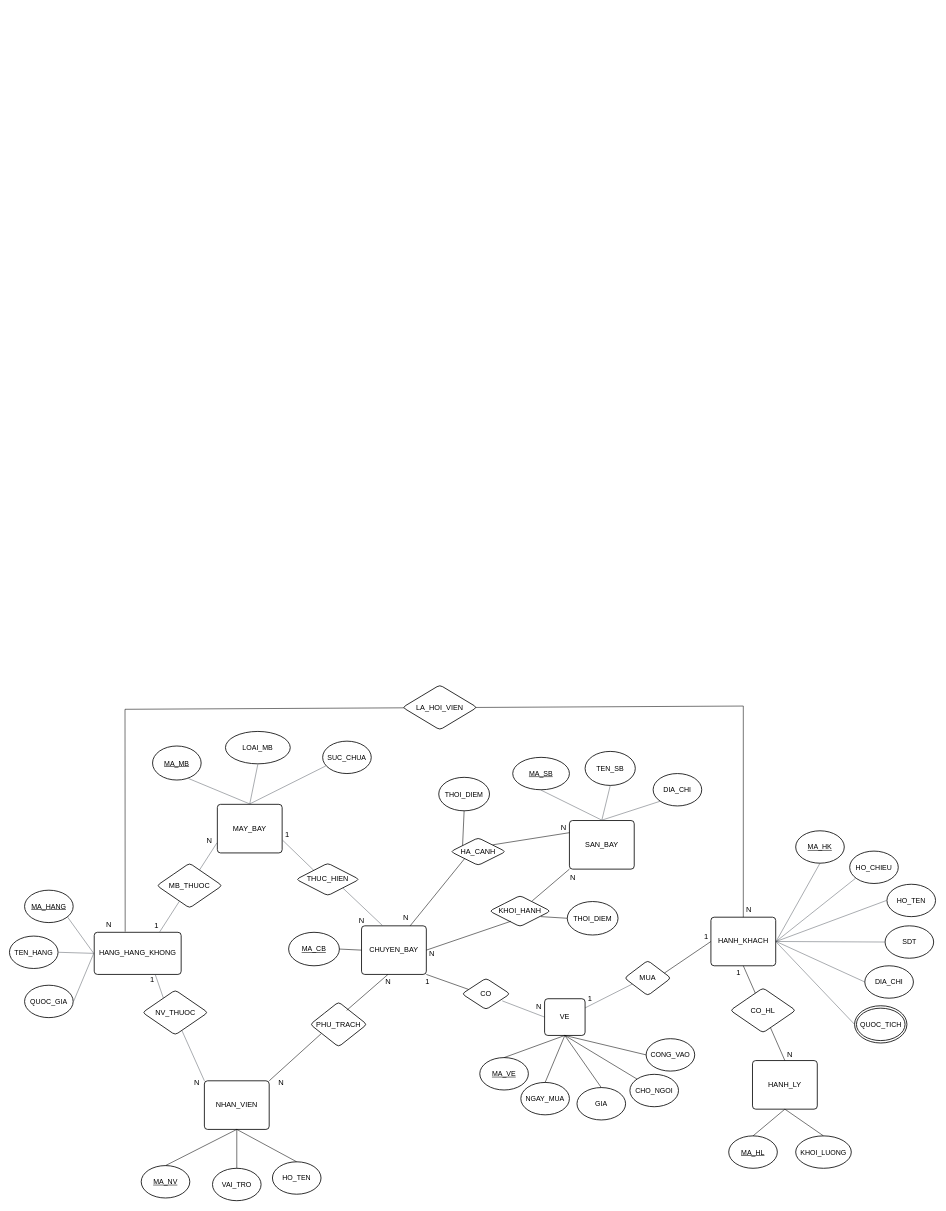
minhduong05/blackjack-main keeps this draw.io diagram as Biểu đồ không có tiêu đề.drawio. Above is the earlier version. Source tidied: cells renumbered, new cells numbered last; positions are measured from the earlier drawing's top-left corner, leaving out a move shared by most shapes. Both pictures are drawn from the tidied source at 54%, with x=0, y=0 at pixel (9, 685).
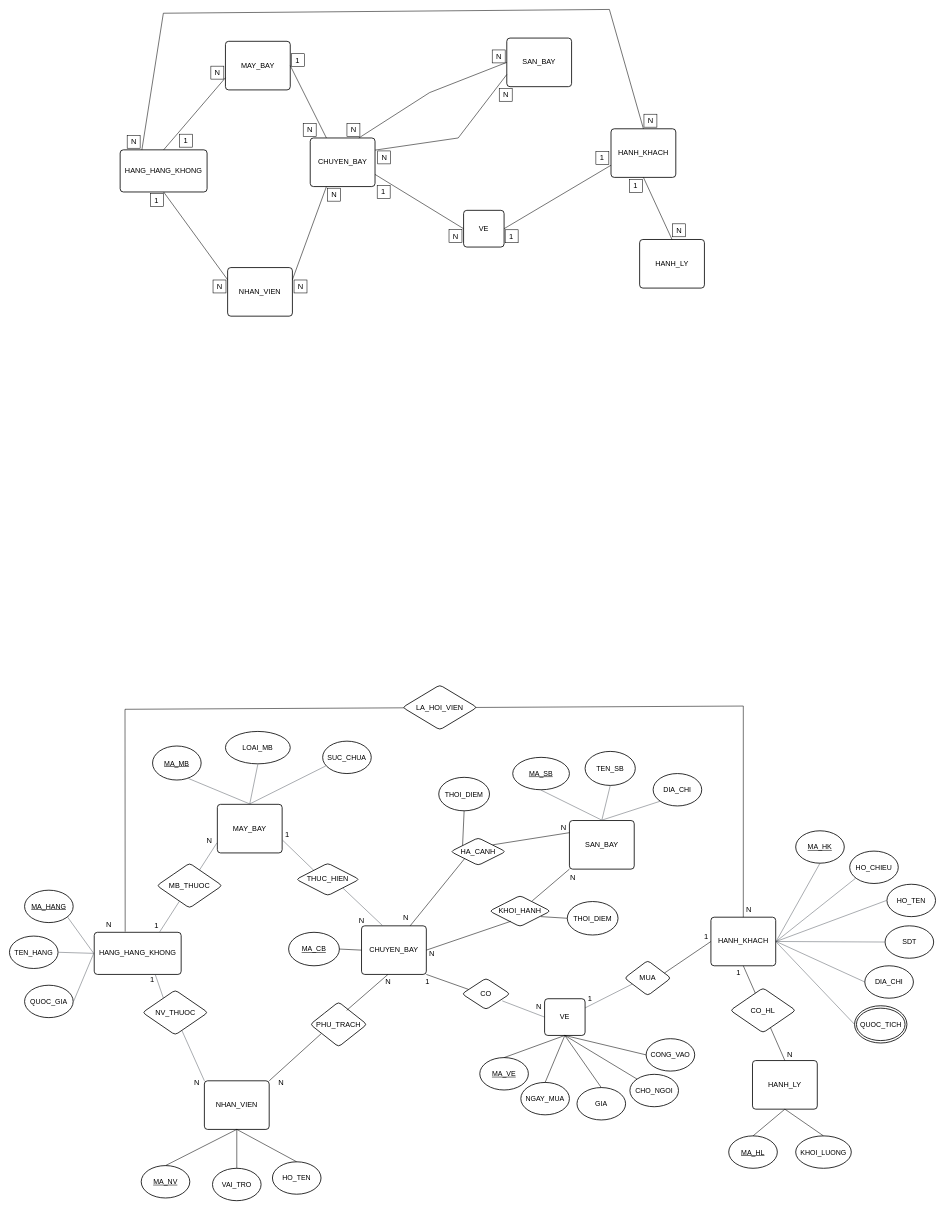
Above is the later version.

The edit, as a diff of the source:
```diff
@@
+    <mxCell id="115" value="HANG_HANG_KHONG" style="html=1;overflow=block;blockSpacing=1;whiteSpace=wrap;fontSize=13.5;align=center;spacing=3.8;strokeOpacity=100;rounded=1;absoluteArcSize=1;arcSize=12;strokeWidth=1.5;lucidId=9svWkZf7cL0-;" parent="1" vertex="1">
+      <mxGeometry x="205" y="-991" width="161" height="78" as="geometry" />
+    </mxCell>
+    <mxCell id="116" value="SAN_BAY" style="html=1;overflow=block;blockSpacing=1;whiteSpace=wrap;fontSize=13.5;align=center;spacing=3.8;strokeOpacity=100;rounded=1;absoluteArcSize=1;arcSize=12;strokeWidth=1.5;lucidId=CtvWD63XoL.8;" parent="1" vertex="1">
+      <mxGeometry x="921" y="-1198" width="120" height="90" as="geometry" />
+    </mxCell>
+    <mxCell id="117" value="MAY_BAY" style="html=1;overflow=block;blockSpacing=1;whiteSpace=wrap;fontSize=13.5;align=center;spacing=3.8;strokeOpacity=100;rounded=1;absoluteArcSize=1;arcSize=12;strokeWidth=1.5;lucidId=CtvWr4GmiG.C;" parent="1" vertex="1">
+      <mxGeometry x="400" y="-1192" width="120" height="90" as="geometry" />
+    </mxCell>
+    <mxCell id="118" value="CHUYEN_BAY" style="html=1;overflow=block;blockSpacing=1;whiteSpace=wrap;fontSize=13.5;align=center;spacing=3.8;strokeOpacity=100;rounded=1;absoluteArcSize=1;arcSize=12;strokeWidth=1.5;lucidId=DtvW1URH.PFn;" parent="1" vertex="1">
+      <mxGeometry x="557" y="-1013" width="120" height="90" as="geometry" />
+    </mxCell>
+    <mxCell id="119" value="HANH_KHACH" style="html=1;overflow=block;blockSpacing=1;whiteSpace=wrap;fontSize=13.5;align=center;spacing=3.8;strokeOpacity=100;rounded=1;absoluteArcSize=1;arcSize=12;strokeWidth=1.5;lucidId=DtvWl9U9GV3O;" parent="1" vertex="1">
+      <mxGeometry x="1114" y="-1030" width="120" height="90" as="geometry" />
+    </mxCell>
+    <mxCell id="120" value="NHAN_VIEN" style="html=1;overflow=block;blockSpacing=1;whiteSpace=wrap;fontSize=13.5;align=center;spacing=3.8;strokeOpacity=100;rounded=1;absoluteArcSize=1;arcSize=12;strokeWidth=1.5;lucidId=7vvWGEazpDww;" parent="1" vertex="1">
+      <mxGeometry x="404" y="-773" width="120" height="90" as="geometry" />
+    </mxCell>
+    <mxCell id="121" value="VE" style="html=1;overflow=block;blockSpacing=1;whiteSpace=wrap;fontSize=13.5;align=center;spacing=3.8;strokeOpacity=100;rounded=1;absoluteArcSize=1;arcSize=12;strokeWidth=1.5;lucidId=kwvW2yrk8fg5;" parent="1" vertex="1">
+      <mxGeometry x="841" y="-879" width="75" height="68" as="geometry" />
+    </mxCell>
+    <mxCell id="122" value="HANH_LY" style="html=1;overflow=block;blockSpacing=1;whiteSpace=wrap;fontSize=13.5;align=center;spacing=3.8;strokeOpacity=100;rounded=1;absoluteArcSize=1;arcSize=12;strokeWidth=1.5;lucidId=DtvWl9U9GV3O;" parent="1" vertex="1">
+      <mxGeometry x="1167" y="-825" width="120" height="90" as="geometry" />
+    </mxCell>
+    <mxCell id="123" style="endArrow=none;html=1;rounded=0;exitX=0.5;exitY=1;exitDx=0;exitDy=0;entryX=0;entryY=0.25;entryDx=0;entryDy=0;" parent="1" edge="1" source="115" target="120">
+      <mxGeometry relative="1" as="geometry" />
+    </mxCell>
+    <mxCell id="124" style="endArrow=none;html=1;rounded=0;entryX=0;entryY=0.75;entryDx=0;entryDy=0;exitX=0.5;exitY=0;exitDx=0;exitDy=0;" parent="1" edge="1" source="115" target="117">
+      <mxGeometry relative="1" as="geometry" />
+    </mxCell>
+    <mxCell id="125" style="endArrow=none;html=1;rounded=0;exitX=1;exitY=0.5;exitDx=0;exitDy=0;entryX=0.25;entryY=0;entryDx=0;entryDy=0;" parent="1" edge="1" source="117" target="118">
+      <mxGeometry relative="1" as="geometry" />
+    </mxCell>
+    <mxCell id="126" style="endArrow=none;html=1;rounded=0;exitX=1;exitY=0.25;exitDx=0;exitDy=0;entryX=0.25;entryY=1;entryDx=0;entryDy=0;" parent="1" edge="1" source="120" target="118">
+      <mxGeometry relative="1" as="geometry" />
+    </mxCell>
+    <mxCell id="127" style="endArrow=none;html=1;rounded=0;exitX=1;exitY=0.75;exitDx=0;exitDy=0;entryX=0;entryY=0.5;entryDx=0;entryDy=0;" parent="1" edge="1" source="118" target="121">
+      <mxGeometry relative="1" as="geometry" />
+    </mxCell>
+    <mxCell id="128" style="endArrow=none;html=1;rounded=0;entryX=0;entryY=0.75;entryDx=0;entryDy=0;exitX=1;exitY=0.5;exitDx=0;exitDy=0;" parent="1" edge="1" source="121" target="119">
+      <mxGeometry relative="1" as="geometry" />
+    </mxCell>
+    <mxCell id="129" style="endArrow=none;html=1;rounded=0;entryX=0.5;entryY=1;entryDx=0;entryDy=0;exitX=0.5;exitY=0;exitDx=0;exitDy=0;" parent="1" edge="1" source="122" target="119">
+      <mxGeometry relative="1" as="geometry" />
+    </mxCell>
+    <mxCell id="130" style="endArrow=none;html=1;rounded=0;entryX=0;entryY=0.75;entryDx=0;entryDy=0;exitX=1;exitY=0.25;exitDx=0;exitDy=0;" parent="1" edge="1" source="118" target="116">
+      <mxGeometry relative="1" as="geometry">
+        <Array as="points">
+          <mxPoint x="831" y="-1013" />
+        </Array>
+      </mxGeometry>
+    </mxCell>
+    <mxCell id="131" style="endArrow=none;html=1;rounded=0;exitX=0.75;exitY=0;exitDx=0;exitDy=0;entryX=0;entryY=0.5;entryDx=0;entryDy=0;" parent="1" edge="1" source="118" target="116">
+      <mxGeometry relative="1" as="geometry">
+        <Array as="points">
+          <mxPoint x="778" y="-1097" />
+        </Array>
+      </mxGeometry>
+    </mxCell>
+    <mxCell id="132" style="endArrow=none;html=1;rounded=0;exitX=0.25;exitY=0;exitDx=0;exitDy=0;entryX=0.5;entryY=0;entryDx=0;entryDy=0;" parent="1" edge="1" source="115" target="119">
+      <mxGeometry relative="1" as="geometry">
+        <Array as="points">
+          <mxPoint x="285" y="-1244" />
+          <mxPoint x="1111" y="-1251" />
+        </Array>
+      </mxGeometry>
+    </mxCell>
+    <mxCell id="133" style="whiteSpace=wrap;html=1;" parent="1" vertex="1">
+      <mxGeometry x="218" y="-1018" width="24" height="24" as="geometry" />
+    </mxCell>
+    <mxCell id="134" value="&lt;span style=&quot;font-size: 14px;&quot;&gt;N&lt;/span&gt;" style="text;html=1;align=center;verticalAlign=middle;strokeColor=none;fillColor=none;" parent="1" vertex="1">
+      <mxGeometry x="215" y="-1021" width="30" height="30" as="geometry" />
+    </mxCell>
+    <mxCell id="135" style="whiteSpace=wrap;html=1;" parent="1" vertex="1">
+      <mxGeometry x="1175" y="-1057" width="24" height="24" as="geometry" />
+    </mxCell>
+    <mxCell id="136" value="&lt;span style=&quot;font-size: 14px;&quot;&gt;N&lt;/span&gt;" style="text;html=1;align=center;verticalAlign=middle;strokeColor=none;fillColor=none;" parent="1" vertex="1">
+      <mxGeometry x="1172" y="-1060" width="30" height="30" as="geometry" />
+    </mxCell>
+    <mxCell id="137" style="whiteSpace=wrap;html=1;" parent="1" vertex="1">
+      <mxGeometry x="261" y="-910" width="24" height="24" as="geometry" />
+    </mxCell>
+    <mxCell id="138" value="&lt;span style=&quot;font-size: 14px;&quot;&gt;1&lt;/span&gt;" style="text;html=1;align=center;verticalAlign=middle;strokeColor=none;fillColor=none;" parent="1" vertex="1">
+      <mxGeometry x="259" y="-913" width="26" height="29" as="geometry" />
+    </mxCell>
+    <mxCell id="139" style="whiteSpace=wrap;html=1;" parent="1" vertex="1">
+      <mxGeometry x="589" y="-920" width="24" height="24" as="geometry" />
+    </mxCell>
+    <mxCell id="140" value="&lt;span style=&quot;font-size: 14px;&quot;&gt;N&lt;/span&gt;" style="text;html=1;align=center;verticalAlign=middle;strokeColor=none;fillColor=none;" parent="1" vertex="1">
+      <mxGeometry x="586" y="-923" width="30" height="30" as="geometry" />
+    </mxCell>
+    <mxCell id="141" style="whiteSpace=wrap;html=1;" parent="1" vertex="1">
+      <mxGeometry x="544" y="-1040" width="24" height="24" as="geometry" />
+    </mxCell>
+    <mxCell id="142" value="&lt;span style=&quot;font-size: 14px;&quot;&gt;N&lt;/span&gt;" style="text;html=1;align=center;verticalAlign=middle;strokeColor=none;fillColor=none;" parent="1" vertex="1">
+      <mxGeometry x="541" y="-1043" width="30" height="30" as="geometry" />
+    </mxCell>
+    <mxCell id="143" style="whiteSpace=wrap;html=1;" parent="1" vertex="1">
+      <mxGeometry x="377" y="-750" width="24" height="24" as="geometry" />
+    </mxCell>
+    <mxCell id="144" value="&lt;span style=&quot;font-size: 14px;&quot;&gt;N&lt;/span&gt;" style="text;html=1;align=center;verticalAlign=middle;strokeColor=none;fillColor=none;" parent="1" vertex="1">
+      <mxGeometry x="374" y="-753" width="30" height="30" as="geometry" />
+    </mxCell>
+    <mxCell id="145" style="whiteSpace=wrap;html=1;" parent="1" vertex="1">
+      <mxGeometry x="527" y="-750" width="24" height="24" as="geometry" />
+    </mxCell>
+    <mxCell id="146" value="&lt;span style=&quot;font-size: 14px;&quot;&gt;N&lt;/span&gt;" style="text;html=1;align=center;verticalAlign=middle;strokeColor=none;fillColor=none;" parent="1" vertex="1">
+      <mxGeometry x="524" y="-753" width="30" height="30" as="geometry" />
+    </mxCell>
+    <mxCell id="147" style="whiteSpace=wrap;html=1;" parent="1" vertex="1">
+      <mxGeometry x="1228" y="-854" width="24" height="24" as="geometry" />
+    </mxCell>
+    <mxCell id="148" value="&lt;span style=&quot;font-size: 14px;&quot;&gt;N&lt;/span&gt;" style="text;html=1;align=center;verticalAlign=middle;strokeColor=none;fillColor=none;" parent="1" vertex="1">
+      <mxGeometry x="1225" y="-857" width="30" height="30" as="geometry" />
+    </mxCell>
+    <mxCell id="149" style="whiteSpace=wrap;html=1;" parent="1" vertex="1">
+      <mxGeometry x="814" y="-843.5" width="24" height="24" as="geometry" />
+    </mxCell>
+    <mxCell id="150" value="&lt;span style=&quot;font-size: 14px;&quot;&gt;N&lt;/span&gt;" style="text;html=1;align=center;verticalAlign=middle;strokeColor=none;fillColor=none;" parent="1" vertex="1">
+      <mxGeometry x="811" y="-846.5" width="30" height="30" as="geometry" />
+    </mxCell>
+    <mxCell id="151" style="whiteSpace=wrap;html=1;" parent="1" vertex="1">
+      <mxGeometry x="373" y="-1146" width="24" height="24" as="geometry" />
+    </mxCell>
+    <mxCell id="152" value="&lt;span style=&quot;font-size: 14px;&quot;&gt;N&lt;/span&gt;" style="text;html=1;align=center;verticalAlign=middle;strokeColor=none;fillColor=none;" parent="1" vertex="1">
+      <mxGeometry x="370" y="-1149" width="30" height="30" as="geometry" />
+    </mxCell>
+    <mxCell id="153" style="whiteSpace=wrap;html=1;" parent="1" vertex="1">
+      <mxGeometry x="894" y="-1176" width="24" height="24" as="geometry" />
+    </mxCell>
+    <mxCell id="154" value="&lt;span style=&quot;font-size: 14px;&quot;&gt;N&lt;/span&gt;" style="text;html=1;align=center;verticalAlign=middle;strokeColor=none;fillColor=none;" parent="1" vertex="1">
+      <mxGeometry x="891" y="-1179" width="30" height="30" as="geometry" />
+    </mxCell>
+    <mxCell id="155" style="whiteSpace=wrap;html=1;" parent="1" vertex="1">
+      <mxGeometry x="315" y="-1020" width="24" height="24" as="geometry" />
+    </mxCell>
+    <mxCell id="156" value="&lt;span style=&quot;font-size: 14px;&quot;&gt;1&lt;/span&gt;" style="text;html=1;align=center;verticalAlign=middle;strokeColor=none;fillColor=none;" parent="1" vertex="1">
+      <mxGeometry x="313" y="-1023" width="26" height="29" as="geometry" />
+    </mxCell>
+    <mxCell id="157" style="whiteSpace=wrap;html=1;" parent="1" vertex="1">
+      <mxGeometry x="918" y="-843" width="24" height="24" as="geometry" />
+    </mxCell>
+    <mxCell id="158" value="&lt;span style=&quot;font-size: 14px;&quot;&gt;1&lt;/span&gt;" style="text;html=1;align=center;verticalAlign=middle;strokeColor=none;fillColor=none;" parent="1" vertex="1">
+      <mxGeometry x="916" y="-846" width="26" height="29" as="geometry" />
+    </mxCell>
+    <mxCell id="159" style="whiteSpace=wrap;html=1;" parent="1" vertex="1">
+      <mxGeometry x="522" y="-1169" width="24" height="24" as="geometry" />
+    </mxCell>
+    <mxCell id="160" value="&lt;span style=&quot;font-size: 14px;&quot;&gt;1&lt;/span&gt;" style="text;html=1;align=center;verticalAlign=middle;strokeColor=none;fillColor=none;" parent="1" vertex="1">
+      <mxGeometry x="520" y="-1172" width="26" height="29" as="geometry" />
+    </mxCell>
+    <mxCell id="161" style="whiteSpace=wrap;html=1;" parent="1" vertex="1">
+      <mxGeometry x="681" y="-925" width="24" height="24" as="geometry" />
+    </mxCell>
+    <mxCell id="162" value="&lt;span style=&quot;font-size: 14px;&quot;&gt;1&lt;/span&gt;" style="text;html=1;align=center;verticalAlign=middle;strokeColor=none;fillColor=none;" parent="1" vertex="1">
+      <mxGeometry x="679" y="-928" width="26" height="29" as="geometry" />
+    </mxCell>
+    <mxCell id="163" style="whiteSpace=wrap;html=1;" parent="1" vertex="1">
+      <mxGeometry x="1148" y="-936" width="24" height="24" as="geometry" />
+    </mxCell>
+    <mxCell id="164" value="&lt;span style=&quot;font-size: 14px;&quot;&gt;1&lt;/span&gt;" style="text;html=1;align=center;verticalAlign=middle;strokeColor=none;fillColor=none;" parent="1" vertex="1">
+      <mxGeometry x="1146" y="-939" width="26" height="29" as="geometry" />
+    </mxCell>
+    <mxCell id="165" style="whiteSpace=wrap;html=1;" parent="1" vertex="1">
+      <mxGeometry x="1086" y="-988" width="24" height="24" as="geometry" />
+    </mxCell>
+    <mxCell id="166" value="&lt;span style=&quot;font-size: 14px;&quot;&gt;1&lt;/span&gt;" style="text;html=1;align=center;verticalAlign=middle;strokeColor=none;fillColor=none;" parent="1" vertex="1">
+      <mxGeometry x="1084" y="-991" width="26" height="29" as="geometry" />
+    </mxCell>
+    <mxCell id="167" style="whiteSpace=wrap;html=1;" parent="1" vertex="1">
+      <mxGeometry x="907" y="-1105" width="24" height="24" as="geometry" />
+    </mxCell>
+    <mxCell id="168" value="&lt;span style=&quot;font-size: 14px;&quot;&gt;N&lt;/span&gt;" style="text;html=1;align=center;verticalAlign=middle;strokeColor=none;fillColor=none;" parent="1" vertex="1">
+      <mxGeometry x="904" y="-1108" width="30" height="30" as="geometry" />
+    </mxCell>
+    <mxCell id="169" style="whiteSpace=wrap;html=1;" parent="1" vertex="1">
+      <mxGeometry x="682" y="-989" width="24" height="24" as="geometry" />
+    </mxCell>
+    <mxCell id="170" value="&lt;span style=&quot;font-size: 14px;&quot;&gt;N&lt;/span&gt;" style="text;html=1;align=center;verticalAlign=middle;strokeColor=none;fillColor=none;" parent="1" vertex="1">
+      <mxGeometry x="679" y="-992" width="30" height="30" as="geometry" />
+    </mxCell>
+    <mxCell id="171" style="whiteSpace=wrap;html=1;" parent="1" vertex="1">
+      <mxGeometry x="625" y="-1040" width="24" height="24" as="geometry" />
+    </mxCell>
+    <mxCell id="172" value="&lt;span style=&quot;font-size: 14px;&quot;&gt;N&lt;/span&gt;" style="text;html=1;align=center;verticalAlign=middle;strokeColor=none;fillColor=none;" parent="1" vertex="1">
+      <mxGeometry x="622" y="-1043" width="30" height="30" as="geometry" />
+    </mxCell>
```
